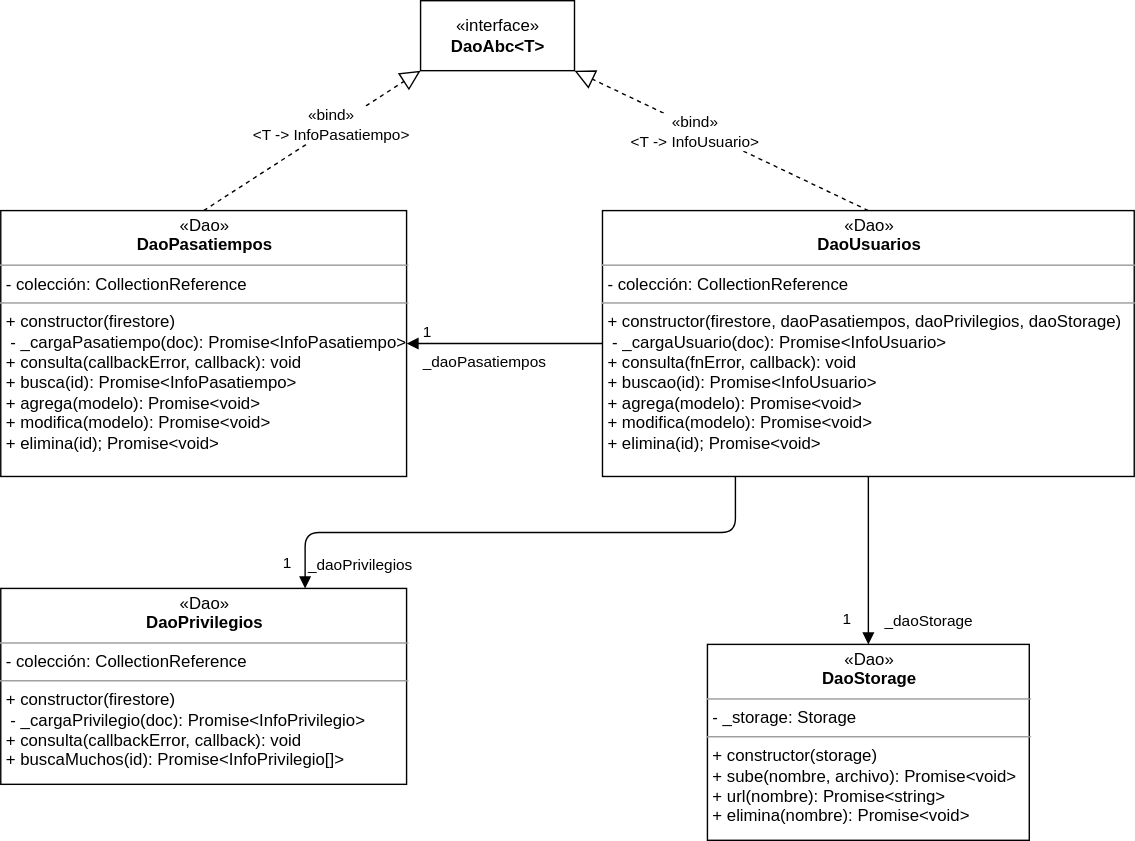
Above: img/clases_dao.svg in gilpgprap/gilpgprap.github.io (draw.io), before the change. Source tidied: cells renumbered, new cells last; positions are measured from the earlier drawing's top-left corner, leaving out a move shared by most shapes.
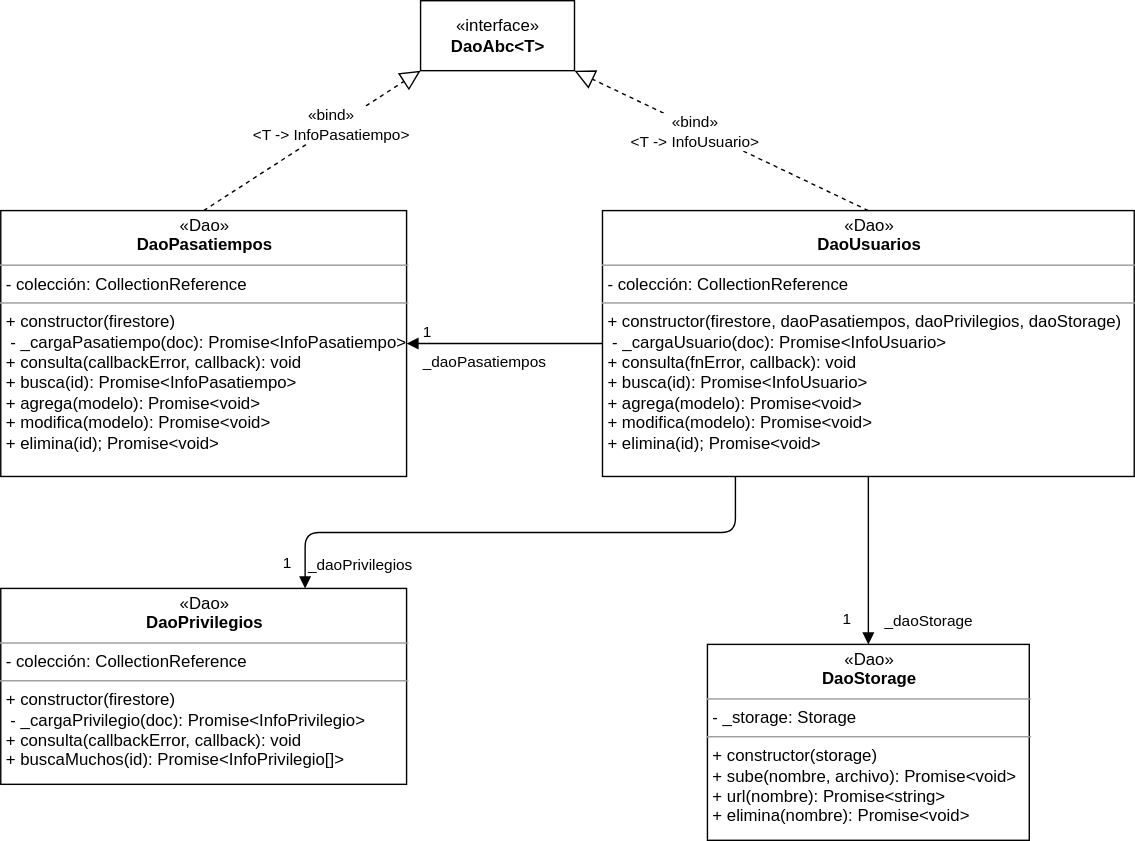
The same file after the commit.

Commit message:
Corrige datos y agrega dao

What changed in the source:
```diff
@@ -27,7 +27,7 @@
     <mxCell id="8" value="&lt;p style=&quot;margin: 0px ; margin-top: 4px ; text-align: center&quot;&gt;«Dao»&lt;br&gt;&lt;b&gt;DaoPasatiempos&lt;/b&gt;&lt;/p&gt;&lt;hr size=&quot;1&quot;&gt;&lt;p style=&quot;margin: 0px ; margin-left: 4px&quot;&gt;- colección: CollectionReference&lt;/p&gt;&lt;hr size=&quot;1&quot;&gt;&lt;p style=&quot;margin: 0px ; margin-left: 4px&quot;&gt;&lt;span&gt;+ constructor(firestore)&lt;br&gt;&lt;/span&gt;&lt;/p&gt;&lt;p style=&quot;margin: 0px ; margin-left: 4px&quot;&gt;&amp;nbsp;- _cargaPasatiempo(doc): Promise&amp;lt;InfoPasatiempo&amp;gt;&lt;/p&gt;&lt;p style=&quot;margin: 0px ; margin-left: 4px&quot;&gt;&lt;span&gt;+ consulta(callbackError, callback): void&lt;/span&gt;&lt;br&gt;&lt;/p&gt;&lt;p style=&quot;margin: 0px ; margin-left: 4px&quot;&gt;+ busca(id): Promise&amp;lt;InfoPasatiempo&amp;gt;&lt;/p&gt;&lt;p style=&quot;margin: 0px ; margin-left: 4px&quot;&gt;+ agrega(modelo): Promise&amp;lt;void&amp;gt;&lt;/p&gt;&lt;p style=&quot;margin: 0px ; margin-left: 4px&quot;&gt;+ modifica(modelo): Promise&amp;lt;void&amp;gt;&lt;/p&gt;&lt;p style=&quot;margin: 0px ; margin-left: 4px&quot;&gt;+ elimina(id); Promise&amp;lt;void&amp;gt;&lt;/p&gt;" style="verticalAlign=top;align=left;overflow=fill;fontSize=12;fontFamily=Helvetica;html=1;" parent="1" vertex="1">
       <mxGeometry y="150" width="290" height="190" as="geometry" />
     </mxCell>
-    <mxCell id="9" value="&lt;p style=&quot;margin: 0px ; margin-top: 4px ; text-align: center&quot;&gt;«Dao»&lt;br&gt;&lt;b&gt;DaoUsuarios&lt;/b&gt;&lt;/p&gt;&lt;hr size=&quot;1&quot;&gt;&lt;p style=&quot;margin: 0px ; margin-left: 4px&quot;&gt;- colección: CollectionReference&lt;/p&gt;&lt;hr size=&quot;1&quot;&gt;&lt;p style=&quot;margin: 0px ; margin-left: 4px&quot;&gt;&lt;span&gt;+ constructor(firestore, daoPasatiempos, daoPrivilegios, daoStorage)&lt;br&gt;&lt;/span&gt;&lt;/p&gt;&lt;p style=&quot;margin: 0px ; margin-left: 4px&quot;&gt;&amp;nbsp;- _cargaUsuario(doc): Promise&amp;lt;InfoUsuario&amp;gt;&lt;/p&gt;&lt;p style=&quot;margin: 0px ; margin-left: 4px&quot;&gt;&lt;span&gt;+ consulta(fnError, callback): void&lt;/span&gt;&lt;br&gt;&lt;/p&gt;&lt;p style=&quot;margin: 0px ; margin-left: 4px&quot;&gt;+ buscao(id): Promise&amp;lt;InfoUsuario&amp;gt;&lt;/p&gt;&lt;p style=&quot;margin: 0px ; margin-left: 4px&quot;&gt;+ agrega(modelo): Promise&amp;lt;void&amp;gt;&lt;/p&gt;&lt;p style=&quot;margin: 0px ; margin-left: 4px&quot;&gt;+ modifica(modelo): Promise&amp;lt;void&amp;gt;&lt;/p&gt;&lt;p style=&quot;margin: 0px ; margin-left: 4px&quot;&gt;+ elimina(id); Promise&amp;lt;void&amp;gt;&lt;/p&gt;" style="verticalAlign=top;align=left;overflow=fill;fontSize=12;fontFamily=Helvetica;html=1;" parent="1" vertex="1">
+    <mxCell id="9" value="&lt;p style=&quot;margin: 0px ; margin-top: 4px ; text-align: center&quot;&gt;«Dao»&lt;br&gt;&lt;b&gt;DaoUsuarios&lt;/b&gt;&lt;/p&gt;&lt;hr size=&quot;1&quot;&gt;&lt;p style=&quot;margin: 0px ; margin-left: 4px&quot;&gt;- colección: CollectionReference&lt;/p&gt;&lt;hr size=&quot;1&quot;&gt;&lt;p style=&quot;margin: 0px ; margin-left: 4px&quot;&gt;&lt;span&gt;+ constructor(firestore, daoPasatiempos, daoPrivilegios, daoStorage)&lt;br&gt;&lt;/span&gt;&lt;/p&gt;&lt;p style=&quot;margin: 0px ; margin-left: 4px&quot;&gt;&amp;nbsp;- _cargaUsuario(doc): Promise&amp;lt;InfoUsuario&amp;gt;&lt;/p&gt;&lt;p style=&quot;margin: 0px ; margin-left: 4px&quot;&gt;&lt;span&gt;+ consulta(fnError, callback): void&lt;/span&gt;&lt;br&gt;&lt;/p&gt;&lt;p style=&quot;margin: 0px ; margin-left: 4px&quot;&gt;+ busca(id): Promise&amp;lt;InfoUsuario&amp;gt;&lt;/p&gt;&lt;p style=&quot;margin: 0px ; margin-left: 4px&quot;&gt;+ agrega(modelo): Promise&amp;lt;void&amp;gt;&lt;/p&gt;&lt;p style=&quot;margin: 0px ; margin-left: 4px&quot;&gt;+ modifica(modelo): Promise&amp;lt;void&amp;gt;&lt;/p&gt;&lt;p style=&quot;margin: 0px ; margin-left: 4px&quot;&gt;+ elimina(id); Promise&amp;lt;void&amp;gt;&lt;/p&gt;" style="verticalAlign=top;align=left;overflow=fill;fontSize=12;fontFamily=Helvetica;html=1;" parent="1" vertex="1">
       <mxGeometry x="430" y="150" width="380" height="190" as="geometry" />
     </mxCell>
     <mxCell id="10" value="&lt;p style=&quot;margin: 0px ; margin-top: 4px ; text-align: center&quot;&gt;«Dao»&lt;br&gt;&lt;b&gt;DaoPrivilegios&lt;/b&gt;&lt;/p&gt;&lt;hr size=&quot;1&quot;&gt;&lt;p style=&quot;margin: 0px ; margin-left: 4px&quot;&gt;- colección: CollectionReference&lt;/p&gt;&lt;hr size=&quot;1&quot;&gt;&lt;p style=&quot;margin: 0px ; margin-left: 4px&quot;&gt;&lt;span&gt;+ constructor(&lt;/span&gt;&lt;span&gt;&lt;span&gt;firestore&lt;/span&gt;)&lt;br&gt;&lt;/span&gt;&lt;/p&gt;&lt;p style=&quot;margin: 0px ; margin-left: 4px&quot;&gt;&amp;nbsp;- _cargaPrivilegio(doc): Promise&amp;lt;InfoPrivilegio&amp;gt;&lt;/p&gt;&lt;p style=&quot;margin: 0px ; margin-left: 4px&quot;&gt;&lt;span&gt;+ consulta(callbackError, callback): void&lt;/span&gt;&lt;br&gt;&lt;/p&gt;&lt;p style=&quot;margin: 0px ; margin-left: 4px&quot;&gt;+ buscaMuchos(id): Promise&amp;lt;InfoPrivilegio[]&amp;gt;&lt;/p&gt;" style="verticalAlign=top;align=left;overflow=fill;fontSize=12;fontFamily=Helvetica;html=1;" parent="1" vertex="1">
```
